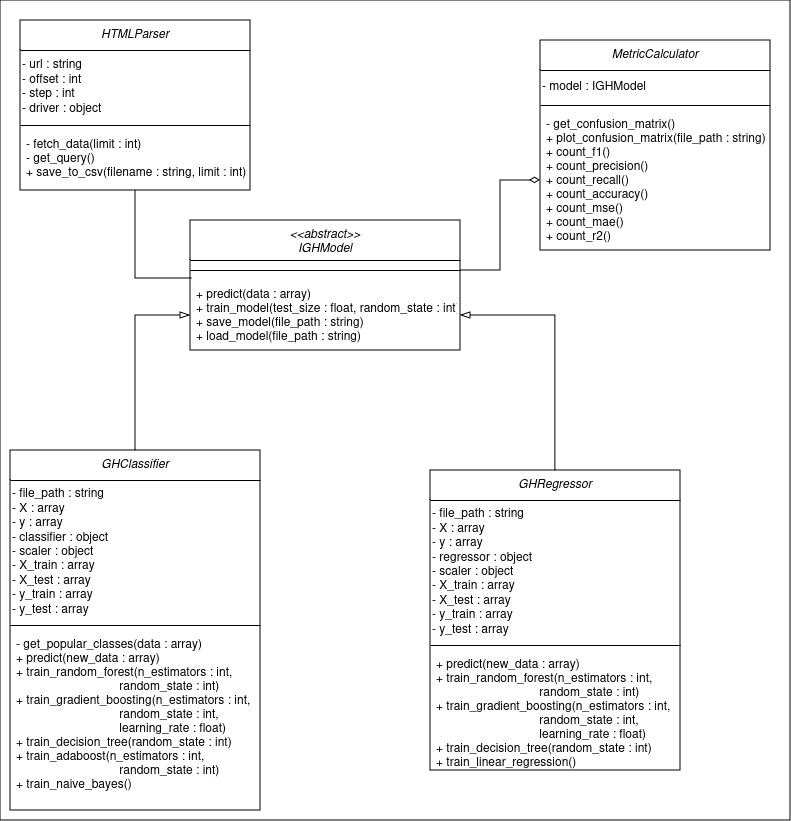
Before: coursework-text/pic/uml.png, a diagram exported from draw.io (Goldria/popularity-forecast-github). Source tidied: cells renumbered, new cells last; positions are measured from the earlier drawing's top-left corner, leaving out a move shared by most shapes.
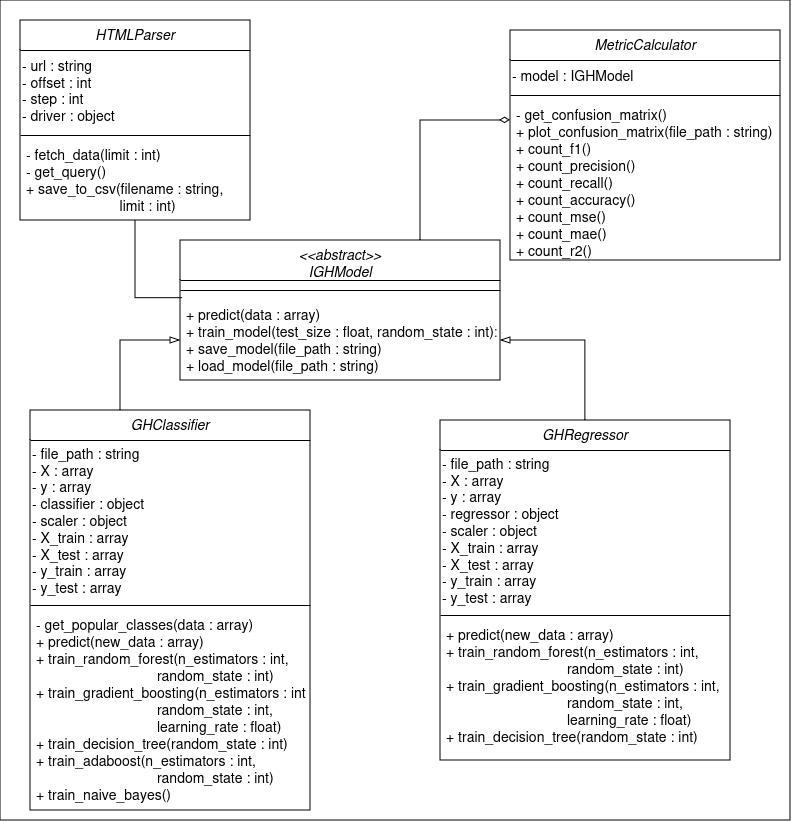
The same diagram one commit later.

Diff of the diagram source:
```diff
@@ -2,76 +2,85 @@
   <root>
     <mxCell id="0" />
     <mxCell id="1" parent="0" />
-    <mxCell id="2" style="rounded=0;whiteSpace=wrap;html=1;" parent="1" vertex="1">
+    <mxCell id="2" style="rounded=0;whiteSpace=wrap;html=1;fontSize=14;" parent="1" vertex="1">
       <mxGeometry width="790" height="820" as="geometry" />
     </mxCell>
-    <mxCell id="3" value="&lt;&lt;abstract&gt;&gt;&#10;IGHModel" style="swimlane;fontStyle=2;align=center;verticalAlign=top;horizontal=1;startSize=40;rounded=0;shadow=0;strokeWidth=1;" parent="1" vertex="1">
-      <mxGeometry x="190" y="220" width="270" height="130" as="geometry" />
+    <mxCell id="3" value="&lt;&lt;abstract&gt;&gt;&#10;IGHModel" style="swimlane;fontStyle=2;align=center;verticalAlign=top;horizontal=1;startSize=40;rounded=0;shadow=0;strokeWidth=1;fontSize=14;" parent="1" vertex="1">
+      <mxGeometry x="180" y="240" width="320" height="140" as="geometry" />
     </mxCell>
-    <mxCell id="4" style="line;html=1;strokeWidth=1;align=left;verticalAlign=middle;spacingTop=-1;spacingLeft=3;spacingRight=3;labelPosition=right;points=[];portConstraint=eastwest;" parent="3" vertex="1">
-      <mxGeometry y="40" width="270" height="20" as="geometry" />
+    <mxCell id="4" style="line;html=1;strokeWidth=1;align=left;verticalAlign=middle;spacingTop=-1;spacingLeft=3;spacingRight=3;labelPosition=right;points=[];portConstraint=eastwest;fontSize=14;" parent="3" vertex="1">
+      <mxGeometry y="40" width="320" height="20" as="geometry" />
     </mxCell>
-    <mxCell id="5" value="+ predict(data : array)&#10;+ train_model(test_size : float, random_state : int):&#10;+ save_model(file_path : string)&#10;+ load_model(file_path : string)" style="text;align=left;verticalAlign=top;spacingLeft=4;spacingRight=4;overflow=hidden;points=[[0,0.5],[1,0.5]];portConstraint=eastwest;" parent="3" vertex="1">
-      <mxGeometry y="60" width="270" height="70" as="geometry" />
+    <mxCell id="5" value="+ predict(data : array)&#10;+ train_model(test_size : float, random_state : int):&#10;+ save_model(file_path : string)&#10;+ load_model(file_path : string)" style="text;align=left;verticalAlign=top;spacingLeft=4;spacingRight=4;overflow=hidden;points=[[0,0.5],[1,0.5]];portConstraint=eastwest;fontSize=14;" parent="3" vertex="1">
+      <mxGeometry y="60" width="320" height="80" as="geometry" />
     </mxCell>
-    <mxCell id="6" value="MetricCalculator" style="swimlane;fontStyle=2;align=center;verticalAlign=top;horizontal=1;startSize=30;rounded=0;shadow=0;strokeWidth=1;" parent="1" vertex="1">
-      <mxGeometry x="540" y="40" width="230" height="210" as="geometry" />
+    <mxCell id="6" value="MetricCalculator" style="swimlane;fontStyle=2;align=center;verticalAlign=top;horizontal=1;startSize=30;rounded=0;shadow=0;strokeWidth=1;fontSize=14;" parent="1" vertex="1">
+      <mxGeometry x="510" y="30" width="270" height="230" as="geometry" />
     </mxCell>
-    <mxCell id="7" value="&lt;div&gt;- model : IGHModel&lt;br&gt;&lt;/div&gt;" style="text;html=1;align=left;verticalAlign=middle;strokeColor=none;fillColor=none;" parent="6" vertex="1">
-      <mxGeometry y="30" width="230" height="30" as="geometry" />
+    <mxCell id="7" value="&lt;div style=&quot;font-size: 14px;&quot;&gt;- model : IGHModel&lt;br style=&quot;font-size: 14px;&quot;&gt;&lt;/div&gt;" style="text;html=1;align=left;verticalAlign=middle;strokeColor=none;fillColor=none;fontSize=14;" parent="6" vertex="1">
+      <mxGeometry y="30" width="270" height="30" as="geometry" />
     </mxCell>
-    <mxCell id="8" style="line;html=1;strokeWidth=1;align=left;verticalAlign=middle;spacingTop=-1;spacingLeft=3;spacingRight=3;labelPosition=right;" parent="6" vertex="1">
-      <mxGeometry y="60" width="230" height="10" as="geometry" />
+    <mxCell id="8" style="line;html=1;strokeWidth=1;align=left;verticalAlign=middle;spacingTop=-1;spacingLeft=3;spacingRight=3;labelPosition=right;fontSize=14;" parent="6" vertex="1">
+      <mxGeometry y="60" width="270" height="10" as="geometry" />
     </mxCell>
-    <mxCell id="9" value="- get_confusion_matrix()&#10;+ plot_confusion_matrix(file_path : string)&#10;+ count_f1()&#10;+ count_precision()&#10;+ count_recall()&#10;+ count_accuracy()&#10;+ count_mse()&#10;+ count_mae()&#10;+ count_r2()" style="text;align=left;verticalAlign=top;spacingLeft=4;spacingRight=4;overflow=hidden;points=[[0,0.5],[1,0.5]];portConstraint=eastwest;" parent="6" vertex="1">
-      <mxGeometry y="70" width="230" height="140" as="geometry" />
+    <mxCell id="9" value="- get_confusion_matrix()&#10;+ plot_confusion_matrix(file_path : string)&#10;+ count_f1()&#10;+ count_precision()&#10;+ count_recall()&#10;+ count_accuracy()&#10;+ count_mse()&#10;+ count_mae()&#10;+ count_r2()" style="text;align=left;verticalAlign=top;spacingLeft=4;spacingRight=4;overflow=hidden;points=[[0,0.5],[1,0.5]];portConstraint=eastwest;fontSize=14;" parent="6" vertex="1">
+      <mxGeometry y="70" width="270" height="160" as="geometry" />
     </mxCell>
-    <mxCell id="10" style="edgeStyle=orthogonalEdgeStyle;rounded=0;jettySize=auto;html=1;endArrow=blockThin;endFill=0;endSize=8;" parent="1" edge="1" source="11" target="5">
-      <mxGeometry relative="1" as="geometry" />
+    <mxCell id="10" style="edgeStyle=orthogonalEdgeStyle;rounded=0;jettySize=auto;html=1;endArrow=blockThin;endFill=0;endSize=8;fontSize=14;" parent="1" edge="1" source="11" target="5">
+      <mxGeometry relative="1" as="geometry">
+        <Array as="points">
+          <mxPoint x="120" y="340" />
+        </Array>
+      </mxGeometry>
     </mxCell>
-    <mxCell id="11" value="GHClassifier" style="swimlane;fontStyle=2;align=center;verticalAlign=top;horizontal=1;startSize=30;rounded=0;shadow=0;strokeWidth=1;" parent="1" vertex="1">
-      <mxGeometry x="10" y="450" width="250" height="360" as="geometry" />
+    <mxCell id="11" value="GHClassifier" style="swimlane;fontStyle=2;align=center;verticalAlign=top;horizontal=1;startSize=30;rounded=0;shadow=0;strokeWidth=1;fontSize=14;" parent="1" vertex="1">
+      <mxGeometry x="30" y="410" width="280" height="400" as="geometry" />
     </mxCell>
-    <mxCell id="12" value="- file_path : string&lt;br&gt;- X : array&lt;br&gt;- y : array&lt;br&gt;- classifier : object&lt;br&gt;- scaler : object&lt;br&gt;- X_train : array&lt;br&gt;- X_test : array&lt;br&gt;- y_train : array&lt;br&gt;- y_test : array" style="text;html=1;align=left;verticalAlign=middle;strokeColor=none;fillColor=none;" parent="11" vertex="1">
-      <mxGeometry y="30" width="250" height="140" as="geometry" />
+    <mxCell id="12" value="- file_path : string&lt;br style=&quot;font-size: 14px;&quot;&gt;- X : array&lt;br style=&quot;font-size: 14px;&quot;&gt;- y : array&lt;br style=&quot;font-size: 14px;&quot;&gt;- classifier : object&lt;br style=&quot;font-size: 14px;&quot;&gt;- scaler : object&lt;br style=&quot;font-size: 14px;&quot;&gt;- X_train : array&lt;br style=&quot;font-size: 14px;&quot;&gt;- X_test : array&lt;br style=&quot;font-size: 14px;&quot;&gt;- y_train : array&lt;br style=&quot;font-size: 14px;&quot;&gt;- y_test : array" style="text;html=1;align=left;verticalAlign=middle;strokeColor=none;fillColor=none;fontSize=14;" parent="11" vertex="1">
+      <mxGeometry y="30" width="280" height="160" as="geometry" />
     </mxCell>
-    <mxCell id="13" style="line;html=1;strokeWidth=1;align=left;verticalAlign=middle;spacingTop=-1;spacingLeft=3;spacingRight=3;labelPosition=right;" parent="11" vertex="1">
-      <mxGeometry y="170" width="250" height="10" as="geometry" />
+    <mxCell id="13" style="line;html=1;strokeWidth=1;align=left;verticalAlign=middle;spacingTop=-1;spacingLeft=3;spacingRight=3;labelPosition=right;fontSize=14;" parent="11" vertex="1">
+      <mxGeometry y="190" width="280" height="10" as="geometry" />
     </mxCell>
-    <mxCell id="14" value="- get_popular_classes(data : array)&#10;+ predict(new_data : array)&#10;+ train_random_forest(n_estimators : int, &#10;                               random_state : int)&#10;+ train_gradient_boosting(n_estimators : int,&#10;                                random_state : int, &#10;                               learning_rate : float)&#10;+ train_decision_tree(random_state : int)&#10;+ train_adaboost(n_estimators : int, &#10;                               random_state : int)&#10;+ train_naive_bayes()" style="text;align=left;verticalAlign=top;spacingLeft=4;spacingRight=4;overflow=hidden;" parent="11" vertex="1">
-      <mxGeometry y="180" width="250" height="170" as="geometry" />
+    <mxCell id="14" value="- get_popular_classes(data : array)&#10;+ predict(new_data : array)&#10;+ train_random_forest(n_estimators : int, &#10;                               random_state : int)&#10;+ train_gradient_boosting(n_estimators : int,&#10;                                random_state : int, &#10;                               learning_rate : float)&#10;+ train_decision_tree(random_state : int)&#10;+ train_adaboost(n_estimators : int, &#10;                               random_state : int)&#10;+ train_naive_bayes()" style="text;align=left;verticalAlign=top;spacingLeft=4;spacingRight=4;overflow=hidden;fontSize=14;" parent="11" vertex="1">
+      <mxGeometry y="200" width="280" height="200" as="geometry" />
     </mxCell>
-    <mxCell id="15" style="edgeStyle=orthogonalEdgeStyle;rounded=0;jettySize=auto;html=1;endSize=8;endArrow=blockThin;endFill=0;" parent="1" edge="1" source="16" target="5">
+    <mxCell id="15" style="edgeStyle=orthogonalEdgeStyle;rounded=0;jettySize=auto;html=1;endSize=8;endArrow=blockThin;endFill=0;fontSize=14;" parent="1" edge="1" source="16" target="5">
       <mxGeometry relative="1" as="geometry" />
     </mxCell>
-    <mxCell id="16" value="GHRegressor" style="swimlane;fontStyle=2;align=center;verticalAlign=top;horizontal=1;startSize=30;rounded=0;shadow=0;strokeWidth=1;" parent="1" vertex="1">
-      <mxGeometry x="430" y="470" width="250" height="300" as="geometry" />
+    <mxCell id="16" value="GHRegressor" style="swimlane;fontStyle=2;align=center;verticalAlign=top;horizontal=1;startSize=30;rounded=0;shadow=0;strokeWidth=1;fontSize=14;" parent="1" vertex="1">
+      <mxGeometry x="440" y="420" width="290" height="340" as="geometry" />
     </mxCell>
-    <mxCell id="17" value="- file_path : string&lt;br&gt;- X : array&lt;br&gt;- y : array&lt;br&gt;- regressor : object&lt;br&gt;- scaler : object&lt;br&gt;- X_train : array&lt;br&gt;- X_test : array&lt;br&gt;- y_train : array&lt;br&gt;- y_test : array" style="text;html=1;align=left;verticalAlign=middle;strokeColor=none;fillColor=none;" parent="16" vertex="1">
-      <mxGeometry y="30" width="250" height="140" as="geometry" />
+    <mxCell id="17" value="- file_path : string&lt;br style=&quot;font-size: 14px;&quot;&gt;- X : array&lt;br style=&quot;font-size: 14px;&quot;&gt;- y : array&lt;br style=&quot;font-size: 14px;&quot;&gt;- regressor : object&lt;br style=&quot;font-size: 14px;&quot;&gt;- scaler : object&lt;br style=&quot;font-size: 14px;&quot;&gt;- X_train : array&lt;br style=&quot;font-size: 14px;&quot;&gt;- X_test : array&lt;br style=&quot;font-size: 14px;&quot;&gt;- y_train : array&lt;br style=&quot;font-size: 14px;&quot;&gt;- y_test : array" style="text;html=1;align=left;verticalAlign=middle;strokeColor=none;fillColor=none;fontSize=14;" parent="16" vertex="1">
+      <mxGeometry y="30" width="290" height="160" as="geometry" />
     </mxCell>
-    <mxCell id="18" style="line;html=1;strokeWidth=1;align=left;verticalAlign=middle;spacingTop=-1;spacingLeft=3;spacingRight=3;labelPosition=right;" parent="16" vertex="1">
-      <mxGeometry y="170" width="250" height="10" as="geometry" />
+    <mxCell id="18" style="line;html=1;strokeWidth=1;align=left;verticalAlign=middle;spacingTop=-1;spacingLeft=3;spacingRight=3;labelPosition=right;fontSize=14;" parent="16" vertex="1">
+      <mxGeometry y="190" width="290" height="10" as="geometry" />
     </mxCell>
-    <mxCell id="19" value="+ predict(new_data : array)&#10;+ train_random_forest(n_estimators : int, &#10;                               random_state : int)&#10;+ train_gradient_boosting(n_estimators : int,&#10;                                random_state : int, &#10;                               learning_rate : float)&#10;+ train_decision_tree(random_state : int)&#10;+ train_linear_regression()" style="text;align=left;verticalAlign=top;spacingLeft=4;spacingRight=4;overflow=hidden;" parent="16" vertex="1">
-      <mxGeometry y="180" width="250" height="120" as="geometry" />
+    <mxCell id="19" value="+ predict(new_data : array)&#10;+ train_random_forest(n_estimators : int, &#10;                               random_state : int)&#10;+ train_gradient_boosting(n_estimators : int,&#10;                                random_state : int, &#10;                               learning_rate : float)&#10;+ train_decision_tree(random_state : int)&#10;+ train_linear_regression()" style="text;align=left;verticalAlign=top;spacingLeft=4;spacingRight=4;overflow=hidden;fontSize=14;" parent="16" vertex="1">
+      <mxGeometry y="200" width="290" height="120" as="geometry" />
     </mxCell>
-    <mxCell id="20" style="edgeStyle=orthogonalEdgeStyle;rounded=0;jettySize=auto;html=1;endArrow=diamondThin;endFill=0;endSize=8;" parent="1" edge="1" source="4" target="9">
-      <mxGeometry relative="1" as="geometry" />
+    <mxCell id="20" style="edgeStyle=orthogonalEdgeStyle;rounded=0;jettySize=auto;html=1;endArrow=diamondThin;endFill=0;endSize=8;fontSize=14;exitX=0.75;exitY=0;exitDx=0;exitDy=0;" parent="1" edge="1" source="3">
+      <mxGeometry relative="1" as="geometry">
+        <mxPoint x="510" y="120" as="targetPoint" />
+        <Array as="points">
+          <mxPoint x="420" y="120" />
+        </Array>
+      </mxGeometry>
     </mxCell>
-    <mxCell id="21" value="HTMLParser" style="swimlane;fontStyle=2;align=center;verticalAlign=top;horizontal=1;startSize=30;rounded=0;shadow=0;strokeWidth=1;" parent="1" vertex="1">
-      <mxGeometry x="20" y="20" width="230" height="170" as="geometry" />
+    <mxCell id="21" value="HTMLParser" style="swimlane;fontStyle=2;align=center;verticalAlign=top;horizontal=1;startSize=30;rounded=0;shadow=0;strokeWidth=1;fontSize=14;" parent="1" vertex="1">
+      <mxGeometry x="20" y="20" width="230" height="200" as="geometry" />
     </mxCell>
-    <mxCell id="22" value="- url : string&lt;br&gt;- offset : int&lt;br&gt;- step : int&lt;br&gt;- driver : object" style="text;html=1;align=left;verticalAlign=middle;strokeColor=none;fillColor=none;" parent="21" vertex="1">
-      <mxGeometry y="30" width="230" height="70" as="geometry" />
+    <mxCell id="22" value="- url : string&lt;br style=&quot;font-size: 14px;&quot;&gt;- offset : int&lt;br style=&quot;font-size: 14px;&quot;&gt;- step : int&lt;br style=&quot;font-size: 14px;&quot;&gt;- driver : object" style="text;html=1;align=left;verticalAlign=middle;strokeColor=none;fillColor=none;fontSize=14;" parent="21" vertex="1">
+      <mxGeometry y="30" width="230" height="80" as="geometry" />
     </mxCell>
-    <mxCell id="23" style="line;html=1;strokeWidth=1;align=left;verticalAlign=middle;spacingTop=-1;spacingLeft=3;spacingRight=3;labelPosition=right;" parent="21" vertex="1">
-      <mxGeometry y="100" width="230" height="10" as="geometry" />
+    <mxCell id="23" style="line;html=1;strokeWidth=1;align=left;verticalAlign=middle;spacingTop=-1;spacingLeft=3;spacingRight=3;labelPosition=right;fontSize=14;" parent="21" vertex="1">
+      <mxGeometry y="110" width="230" height="10" as="geometry" />
     </mxCell>
-    <mxCell id="24" value="- fetch_data(limit : int)&#10;- get_query()&#10;+ save_to_csv(filename : string, limit : int)" style="text;align=left;verticalAlign=top;spacingLeft=4;spacingRight=4;overflow=hidden;" parent="21" vertex="1">
-      <mxGeometry y="110" width="230" height="60" as="geometry" />
+    <mxCell id="24" value="- fetch_data(limit : int)&#10;- get_query()&#10;+ save_to_csv(filename : string,&#10;                         limit : int)" style="text;align=left;verticalAlign=top;spacingLeft=4;spacingRight=4;overflow=hidden;fontSize=14;" parent="21" vertex="1">
+      <mxGeometry y="120" width="230" height="80" as="geometry" />
     </mxCell>
-    <mxCell id="25" style="edgeStyle=orthogonalEdgeStyle;rounded=0;jettySize=auto;html=1;entryX=0.007;entryY=-0.029;entryDx=0;entryDy=0;entryPerimeter=0;endArrow=none;endFill=0;" parent="1" edge="1" source="21" target="5">
+    <mxCell id="25" style="edgeStyle=orthogonalEdgeStyle;rounded=0;jettySize=auto;html=1;entryX=0.007;entryY=-0.029;entryDx=0;entryDy=0;entryPerimeter=0;endArrow=none;endFill=0;fontSize=14;" parent="1" edge="1" source="21" target="5">
       <mxGeometry relative="1" as="geometry" />
     </mxCell>
   </root>
```
